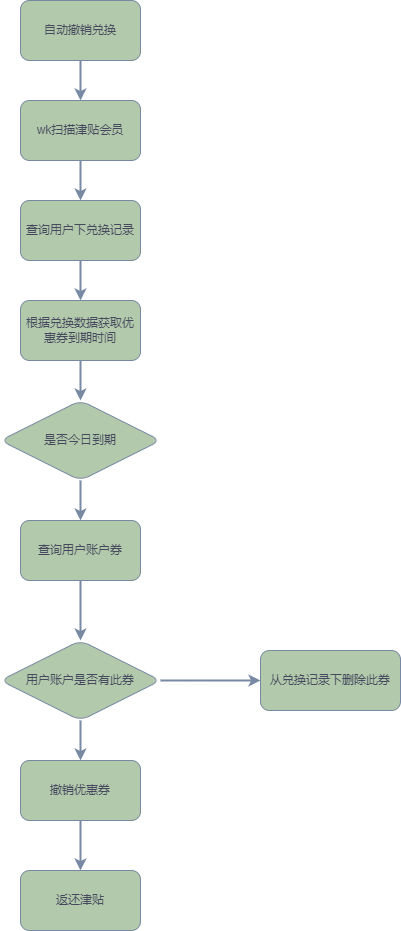
Earlier version of the draw.io export 自动撤销兑换.png (845642761/diagram). Source tidied: cells renumbered, new cells last; positions are measured from the earlier drawing's top-left corner, leaving out a move shared by most shapes.
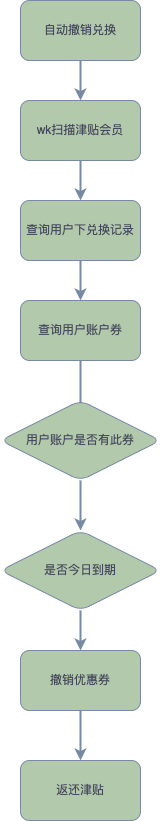
Later version of the same file.

Commit message:
更新自动撤销兑换.png

Change to the diagram source:
```diff
@@ -20,44 +20,37 @@
     <mxCell id="7" value="查询用户下兑换记录" style="whiteSpace=wrap;html=1;fillColor=#B2C9AB;strokeColor=#788AA3;fontColor=#46495D;rounded=1;" parent="1" vertex="1">
       <mxGeometry x="20" y="200" width="120" height="60" as="geometry" />
     </mxCell>
-    <mxCell id="8" style="edgeStyle=orthogonalEdgeStyle;rounded=0;jettySize=auto;html=1;entryX=0.5;entryY=0;entryDx=0;entryDy=0;strokeColor=#788AA3;strokeWidth=2;fontColor=#46495D;fillColor=#B2C9AB;" parent="1" edge="1" source="9" target="11">
-      <mxGeometry relative="1" as="geometry" />
+    <mxCell id="8" style="edgeStyle=orthogonalEdgeStyle;rounded=0;jettySize=auto;html=1;entryX=0.5;entryY=0;entryDx=0;entryDy=0;strokeColor=#788AA3;strokeWidth=2;fontColor=#46495D;fillColor=#B2C9AB;" parent="1" edge="1" source="9" target="16">
+      <mxGeometry relative="1" as="geometry">
+        <Array as="points">
+          <mxPoint x="80" y="450" />
+          <mxPoint x="80" y="450" />
+        </Array>
+      </mxGeometry>
     </mxCell>
-    <mxCell id="9" value="根据兑换数据获取优惠券到期时间" style="whiteSpace=wrap;html=1;fillColor=#B2C9AB;strokeColor=#788AA3;fontColor=#46495D;rounded=1;" parent="1" vertex="1">
+    <mxCell id="9" value="查询用户账户券" style="whiteSpace=wrap;html=1;fillColor=#B2C9AB;strokeColor=#788AA3;fontColor=#46495D;rounded=1;" parent="1" vertex="1">
       <mxGeometry x="20" y="300" width="120" height="60" as="geometry" />
     </mxCell>
-    <mxCell id="10" style="edgeStyle=orthogonalEdgeStyle;rounded=0;jettySize=auto;html=1;strokeColor=#788AA3;strokeWidth=2;fontColor=#46495D;fillColor=#B2C9AB;" parent="1" edge="1" source="11" target="13">
-      <mxGeometry relative="1" as="geometry" />
-    </mxCell>
+    <mxCell id="21" style="edgeStyle=orthogonalEdgeStyle;rounded=0;jettySize=auto;html=1;entryX=0.5;entryY=0;entryDx=0;entryDy=0;strokeColor=#788AA3;fontColor=#46495D;strokeWidth=2;fillColor=#B2C9AB;" parent="1" edge="1" source="11" target="18">
+      <mxGeometry relative="1" as="geometry" />
+    </mxCell>
     <mxCell id="11" value="是否今日到期" style="rhombus;whiteSpace=wrap;html=1;fillColor=#B2C9AB;strokeColor=#788AA3;fontColor=#46495D;rounded=1;" parent="1" vertex="1">
-      <mxGeometry y="400" width="160" height="80" as="geometry" />
+      <mxGeometry y="530" width="160" height="80" as="geometry" />
     </mxCell>
-    <mxCell id="12" style="edgeStyle=orthogonalEdgeStyle;rounded=0;jettySize=auto;html=1;strokeColor=#788AA3;strokeWidth=2;fontColor=#46495D;fillColor=#B2C9AB;" parent="1" edge="1" source="13" target="16">
-      <mxGeometry relative="1" as="geometry" />
-    </mxCell>
-    <mxCell id="13" value="查询用户账户券" style="whiteSpace=wrap;html=1;fillColor=#B2C9AB;strokeColor=#788AA3;fontColor=#46495D;rounded=1;" parent="1" vertex="1">
-      <mxGeometry x="20" y="520" width="120" height="60" as="geometry" />
-    </mxCell>
-    <mxCell id="14" style="edgeStyle=orthogonalEdgeStyle;rounded=0;jettySize=auto;html=1;strokeColor=#788AA3;strokeWidth=2;fontColor=#46495D;fillColor=#B2C9AB;" parent="1" edge="1" source="16" target="18">
-      <mxGeometry relative="1" as="geometry" />
-    </mxCell>
-    <mxCell id="15" style="edgeStyle=orthogonalEdgeStyle;rounded=0;jettySize=auto;html=1;strokeColor=#788AA3;strokeWidth=2;fontColor=#46495D;fillColor=#B2C9AB;" parent="1" edge="1" source="16" target="20">
-      <mxGeometry relative="1" as="geometry" />
-    </mxCell>
+    <mxCell id="22" style="edgeStyle=orthogonalEdgeStyle;rounded=0;jettySize=auto;html=1;entryX=0.5;entryY=0;entryDx=0;entryDy=0;strokeColor=#788AA3;fontColor=#46495D;strokeWidth=2;fillColor=#B2C9AB;" parent="1" edge="1" source="16" target="11">
+      <mxGeometry relative="1" as="geometry" />
+    </mxCell>
     <mxCell id="16" value="用户账户是否有此券" style="rhombus;whiteSpace=wrap;html=1;fillColor=#B2C9AB;strokeColor=#788AA3;fontColor=#46495D;rounded=1;" parent="1" vertex="1">
-      <mxGeometry y="640" width="160" height="80" as="geometry" />
+      <mxGeometry y="400" width="160" height="80" as="geometry" />
     </mxCell>
     <mxCell id="17" style="edgeStyle=orthogonalEdgeStyle;rounded=0;jettySize=auto;html=1;strokeColor=#788AA3;strokeWidth=2;fontColor=#46495D;fillColor=#B2C9AB;" parent="1" edge="1" source="18" target="19">
       <mxGeometry relative="1" as="geometry" />
     </mxCell>
     <mxCell id="18" value="撤销优惠券" style="whiteSpace=wrap;html=1;fillColor=#B2C9AB;strokeColor=#788AA3;fontColor=#46495D;rounded=1;" parent="1" vertex="1">
-      <mxGeometry x="20" y="760" width="120" height="60" as="geometry" />
+      <mxGeometry x="20" y="650" width="120" height="60" as="geometry" />
     </mxCell>
     <mxCell id="19" value="返还津贴" style="whiteSpace=wrap;html=1;fillColor=#B2C9AB;strokeColor=#788AA3;fontColor=#46495D;rounded=1;" parent="1" vertex="1">
-      <mxGeometry x="20" y="870" width="120" height="60" as="geometry" />
+      <mxGeometry x="20" y="760" width="120" height="60" as="geometry" />
     </mxCell>
-    <mxCell id="20" value="从兑换记录下删除此券" style="whiteSpace=wrap;html=1;fillColor=#B2C9AB;strokeColor=#788AA3;fontColor=#46495D;rounded=1;" parent="1" vertex="1">
-      <mxGeometry x="260" y="650" width="140" height="60" as="geometry" />
-    </mxCell>
   </root>
 </mxGraphModel>
```
